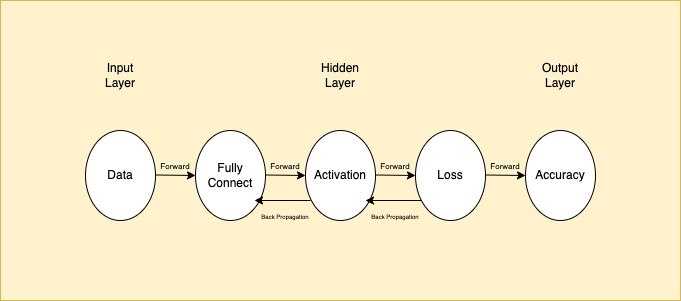
HarryDYC/OCR keeps this draw.io diagram as TestResultGraph/NN Flowchart.drawio.png. Above is the earlier version. Source tidied: cells renumbered, new cells last; positions are measured from the earlier drawing's top-left corner, leaving out a move shared by most shapes.
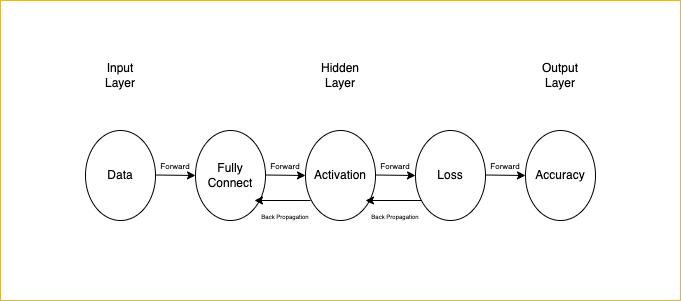
Later version of the same file.

Diff of the diagram source:
```diff
@@ -2,7 +2,7 @@
   <root>
     <mxCell id="0" />
     <mxCell id="1" parent="0" />
-    <mxCell id="2" style="rounded=0;whiteSpace=wrap;html=1;fontSize=6;fillColor=#fff2cc;strokeColor=#d6b656;" parent="1" vertex="1">
+    <mxCell id="2" style="rounded=0;whiteSpace=wrap;html=1;fontSize=6;fillColor=#FFFFFF;strokeColor=#d6b656;" parent="1" vertex="1">
       <mxGeometry width="680" height="300" as="geometry" />
     </mxCell>
     <mxCell id="3" style="ellipse;whiteSpace=wrap;html=1;" parent="1" vertex="1">
```
